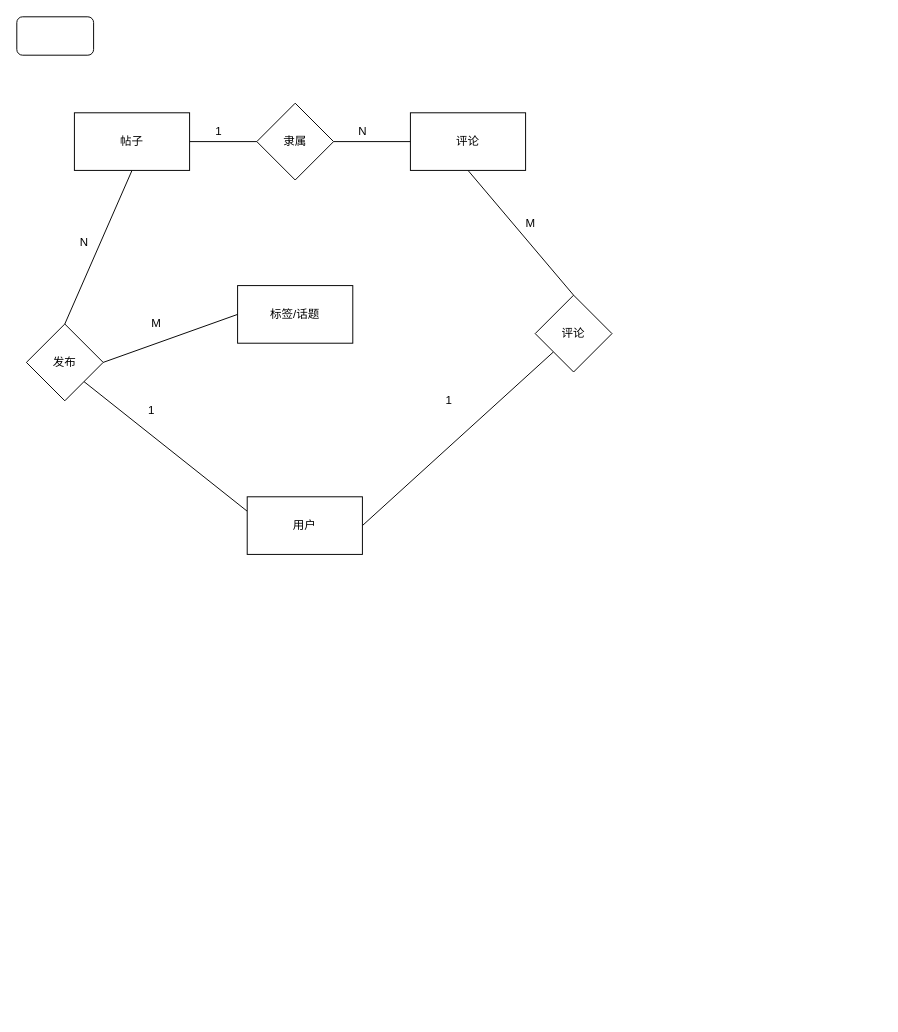
Before: 毕业论文/系统整体E-R图.drawio in lululuhui/flow-chart-warehouse, a draw.io diagram. Source tidied: cells renumbered, new cells numbered last; positions are measured from the earlier drawing's top-left corner, leaving out a move shared by most shapes. Both pictures are drawn from the tidied source at 96%, with x=0, y=0 at pixel (16, 16).
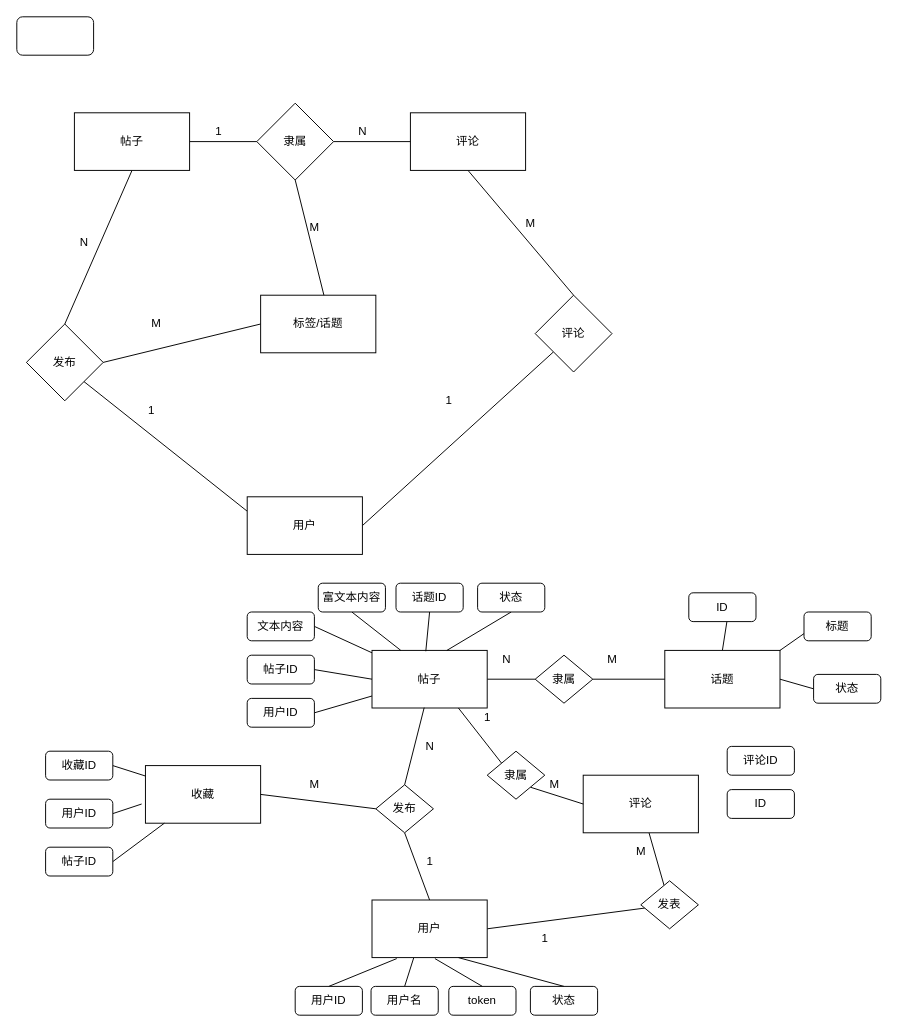
The same page after the edit.

Commit message (it also covers changes not shown here):
Update 系统整体E-R图.drawio

Unchanged cells that the change refers to:
```xml
<mxCell id="18" value="隶属" style="rhombus;whiteSpace=wrap;html=1;rounded=0;" parent="1" vertex="1">
  <mxGeometry x="250" y="90" width="80" height="80" as="geometry" />
</mxCell>
```

What changed in the source:
```diff
@@
+    <mxCell id="24" style="edgeStyle=none;rounded=0;jettySize=auto;html=1;exitX=0.5;exitY=1;exitDx=0;exitDy=0;entryX=0.552;entryY=0.022;entryDx=0;entryDy=0;entryPerimeter=0;endArrow=none;endFill=0;" parent="1" edge="1" source="18" target="22">
+      <mxGeometry relative="1" as="geometry" />
+    </mxCell>
@@
     <mxCell id="22" value="标签/话题" style="rounded=0;whiteSpace=wrap;html=1;" parent="1" vertex="1">
-      <mxGeometry x="230" y="280" width="120" height="60" as="geometry" />
+      <mxGeometry x="254" y="290" width="120" height="60" as="geometry" />
     </mxCell>
@@
+    <mxCell id="25" value="M" style="text;html=1;align=center;verticalAlign=middle;strokeColor=none;fillColor=none;" parent="1" vertex="1">
+      <mxGeometry x="295" y="210" width="30" height="20" as="geometry" />
+    </mxCell>
+    <mxCell id="26" style="edgeStyle=none;rounded=0;jettySize=auto;html=1;exitX=0.5;exitY=0;exitDx=0;exitDy=0;entryX=0.5;entryY=1;entryDx=0;entryDy=0;endArrow=none;endFill=0;" parent="1" edge="1" source="28" target="38">
+      <mxGeometry relative="1" as="geometry" />
+    </mxCell>
+    <mxCell id="27" style="edgeStyle=none;rounded=0;jettySize=auto;html=1;exitX=1;exitY=0.5;exitDx=0;exitDy=0;endArrow=none;endFill=0;" parent="1" edge="1" source="28" target="47">
+      <mxGeometry relative="1" as="geometry" />
+    </mxCell>
+    <mxCell id="28" value="用户" style="rounded=0;whiteSpace=wrap;html=1;" parent="1" vertex="1">
+      <mxGeometry x="370" y="920" width="120" height="60" as="geometry" />
+    </mxCell>
+    <mxCell id="29" style="edgeStyle=none;rounded=0;jettySize=auto;html=1;exitX=1;exitY=0.5;exitDx=0;exitDy=0;entryX=0;entryY=0.5;entryDx=0;entryDy=0;endArrow=none;endFill=0;" parent="1" edge="1" source="30" target="43">
+      <mxGeometry relative="1" as="geometry" />
+    </mxCell>
+    <mxCell id="30" value="帖子" style="rounded=0;whiteSpace=wrap;html=1;" parent="1" vertex="1">
+      <mxGeometry x="370" y="660" width="120" height="60" as="geometry" />
+    </mxCell>
+    <mxCell id="31" value="收藏" style="rounded=0;whiteSpace=wrap;html=1;" parent="1" vertex="1">
+      <mxGeometry x="134" y="780" width="120" height="60" as="geometry" />
+    </mxCell>
+    <mxCell id="32" style="edgeStyle=none;rounded=0;jettySize=auto;html=1;exitX=1;exitY=0.5;exitDx=0;exitDy=0;entryX=0;entryY=0.5;entryDx=0;entryDy=0;endArrow=none;endFill=0;" parent="1" edge="1" source="35" target="82">
+      <mxGeometry relative="1" as="geometry" />
+    </mxCell>
+    <mxCell id="33" style="edgeStyle=none;rounded=0;jettySize=auto;html=1;exitX=0.5;exitY=0;exitDx=0;exitDy=0;entryX=0.567;entryY=1.001;entryDx=0;entryDy=0;entryPerimeter=0;endArrow=none;endFill=0;" parent="1" edge="1" source="35" target="84">
+      <mxGeometry relative="1" as="geometry" />
+    </mxCell>
+    <mxCell id="34" style="edgeStyle=none;rounded=0;jettySize=auto;html=1;exitX=1;exitY=0;exitDx=0;exitDy=0;entryX=0;entryY=0.75;entryDx=0;entryDy=0;endArrow=none;endFill=0;" parent="1" edge="1" source="35" target="83">
+      <mxGeometry relative="1" as="geometry" />
+    </mxCell>
+    <mxCell id="35" value="话题" style="rounded=0;whiteSpace=wrap;html=1;" parent="1" vertex="1">
+      <mxGeometry x="675" y="660" width="120" height="60" as="geometry" />
+    </mxCell>
+    <mxCell id="36" style="edgeStyle=none;rounded=0;jettySize=auto;html=1;exitX=0.5;exitY=0;exitDx=0;exitDy=0;entryX=0.453;entryY=0.994;entryDx=0;entryDy=0;entryPerimeter=0;endArrow=none;endFill=0;" parent="1" edge="1" source="38" target="30">
+      <mxGeometry relative="1" as="geometry" />
+    </mxCell>
+    <mxCell id="37" style="edgeStyle=none;rounded=0;jettySize=auto;html=1;exitX=0;exitY=0.5;exitDx=0;exitDy=0;entryX=1;entryY=0.5;entryDx=0;entryDy=0;endArrow=none;endFill=0;" parent="1" edge="1" source="38" target="31">
+      <mxGeometry relative="1" as="geometry" />
+    </mxCell>
+    <mxCell id="38" value="发布" style="rhombus;whiteSpace=wrap;html=1;" parent="1" vertex="1">
+      <mxGeometry x="374" y="800" width="60" height="50" as="geometry" />
+    </mxCell>
+    <mxCell id="39" value="1" style="text;html=1;align=center;verticalAlign=middle;strokeColor=none;fillColor=none;" parent="1" vertex="1">
+      <mxGeometry x="420" y="870" width="20" height="20" as="geometry" />
+    </mxCell>
+    <mxCell id="40" value="N" style="text;html=1;align=center;verticalAlign=middle;strokeColor=none;fillColor=none;" parent="1" vertex="1">
+      <mxGeometry x="420" y="750" width="20" height="20" as="geometry" />
+    </mxCell>
+    <mxCell id="41" value="M" style="text;html=1;align=center;verticalAlign=middle;strokeColor=none;fillColor=none;" parent="1" vertex="1">
+      <mxGeometry x="295" y="790" width="30" height="20" as="geometry" />
+    </mxCell>
+    <mxCell id="42" style="edgeStyle=none;rounded=0;jettySize=auto;html=1;exitX=1;exitY=0.5;exitDx=0;exitDy=0;entryX=0;entryY=0.5;entryDx=0;entryDy=0;endArrow=none;endFill=0;" parent="1" edge="1" source="43" target="35">
+      <mxGeometry relative="1" as="geometry" />
+    </mxCell>
+    <mxCell id="43" value="隶属" style="rhombus;whiteSpace=wrap;html=1;" parent="1" vertex="1">
+      <mxGeometry x="540" y="665" width="60" height="50" as="geometry" />
+    </mxCell>
+    <mxCell id="44" value="N" style="text;html=1;align=center;verticalAlign=middle;strokeColor=none;fillColor=none;" parent="1" vertex="1">
+      <mxGeometry x="500" y="660" width="20" height="20" as="geometry" />
+    </mxCell>
+    <mxCell id="45" value="M" style="text;html=1;align=center;verticalAlign=middle;strokeColor=none;fillColor=none;" parent="1" vertex="1">
+      <mxGeometry x="605" y="660" width="30" height="20" as="geometry" />
+    </mxCell>
+    <mxCell id="46" style="edgeStyle=none;rounded=0;jettySize=auto;html=1;endArrow=none;endFill=0;" parent="1" edge="1" source="47" target="48">
+      <mxGeometry relative="1" as="geometry" />
+    </mxCell>
+    <mxCell id="47" value="发表" style="rhombus;whiteSpace=wrap;html=1;" parent="1" vertex="1">
+      <mxGeometry x="650" y="900" width="60" height="50" as="geometry" />
+    </mxCell>
+    <mxCell id="48" value="评论" style="rounded=0;whiteSpace=wrap;html=1;" parent="1" vertex="1">
+      <mxGeometry x="590" y="790" width="120" height="60" as="geometry" />
+    </mxCell>
+    <mxCell id="49" value="1" style="text;html=1;align=center;verticalAlign=middle;strokeColor=none;fillColor=none;" parent="1" vertex="1">
+      <mxGeometry x="540" y="950" width="20" height="20" as="geometry" />
+    </mxCell>
+    <mxCell id="50" value="M" style="text;html=1;align=center;verticalAlign=middle;strokeColor=none;fillColor=none;" parent="1" vertex="1">
+      <mxGeometry x="635" y="860" width="30" height="20" as="geometry" />
+    </mxCell>
+    <mxCell id="51" style="edgeStyle=none;rounded=0;jettySize=auto;html=1;exitX=1;exitY=1;exitDx=0;exitDy=0;entryX=0;entryY=0.5;entryDx=0;entryDy=0;endArrow=none;endFill=0;" parent="1" edge="1" source="53" target="48">
+      <mxGeometry relative="1" as="geometry" />
+    </mxCell>
+    <mxCell id="52" style="edgeStyle=none;rounded=0;jettySize=auto;html=1;exitX=0;exitY=0;exitDx=0;exitDy=0;entryX=0.75;entryY=1;entryDx=0;entryDy=0;endArrow=none;endFill=0;" parent="1" edge="1" source="53" target="30">
+      <mxGeometry relative="1" as="geometry" />
+    </mxCell>
+    <mxCell id="53" value="隶属" style="rhombus;whiteSpace=wrap;html=1;" parent="1" vertex="1">
+      <mxGeometry x="490" y="765" width="60" height="50" as="geometry" />
+    </mxCell>
+    <mxCell id="54" value="1" style="text;html=1;align=center;verticalAlign=middle;strokeColor=none;fillColor=none;" parent="1" vertex="1">
+      <mxGeometry x="480" y="720" width="20" height="20" as="geometry" />
+    </mxCell>
+    <mxCell id="55" value="M" style="text;html=1;align=center;verticalAlign=middle;strokeColor=none;fillColor=none;" parent="1" vertex="1">
+      <mxGeometry x="545" y="790" width="30" height="20" as="geometry" />
+    </mxCell>
+    <mxCell id="56" style="edgeStyle=none;rounded=0;jettySize=auto;html=1;exitX=0.5;exitY=0;exitDx=0;exitDy=0;entryX=0.215;entryY=1.017;entryDx=0;entryDy=0;entryPerimeter=0;endArrow=none;endFill=0;" parent="1" edge="1" source="57" target="28">
+      <mxGeometry relative="1" as="geometry" />
+    </mxCell>
+    <mxCell id="57" value="用户ID" style="rounded=1;whiteSpace=wrap;html=1;" parent="1" vertex="1">
+      <mxGeometry x="290" y="1010" width="70" height="30" as="geometry" />
+    </mxCell>
+    <mxCell id="58" style="edgeStyle=none;rounded=0;jettySize=auto;html=1;exitX=0.5;exitY=0;exitDx=0;exitDy=0;entryX=0.362;entryY=1.005;entryDx=0;entryDy=0;entryPerimeter=0;endArrow=none;endFill=0;" parent="1" edge="1" source="59" target="28">
+      <mxGeometry relative="1" as="geometry" />
+    </mxCell>
+    <mxCell id="59" value="用户名" style="rounded=1;whiteSpace=wrap;html=1;" parent="1" vertex="1">
+      <mxGeometry x="369" y="1010" width="70" height="30" as="geometry" />
+    </mxCell>
+    <mxCell id="60" style="edgeStyle=none;rounded=0;jettySize=auto;html=1;exitX=0.5;exitY=0;exitDx=0;exitDy=0;entryX=0.546;entryY=1.017;entryDx=0;entryDy=0;entryPerimeter=0;endArrow=none;endFill=0;" parent="1" edge="1" source="61" target="28">
+      <mxGeometry relative="1" as="geometry" />
+    </mxCell>
+    <mxCell id="61" value="token" style="rounded=1;whiteSpace=wrap;html=1;" parent="1" vertex="1">
+      <mxGeometry x="450" y="1010" width="70" height="30" as="geometry" />
+    </mxCell>
+    <mxCell id="62" style="edgeStyle=none;rounded=0;jettySize=auto;html=1;exitX=0.5;exitY=0;exitDx=0;exitDy=0;entryX=0.75;entryY=1;entryDx=0;entryDy=0;endArrow=none;endFill=0;" parent="1" edge="1" source="63" target="28">
+      <mxGeometry relative="1" as="geometry" />
+    </mxCell>
+    <mxCell id="63" value="状态" style="rounded=1;whiteSpace=wrap;html=1;" parent="1" vertex="1">
+      <mxGeometry x="535" y="1010" width="70" height="30" as="geometry" />
+    </mxCell>
+    <mxCell id="64" style="edgeStyle=none;rounded=0;jettySize=auto;html=1;exitX=1;exitY=0.5;exitDx=0;exitDy=0;endArrow=none;endFill=0;" parent="1" edge="1" source="65" target="31">
+      <mxGeometry relative="1" as="geometry" />
+    </mxCell>
+    <mxCell id="65" value="帖子ID" style="rounded=1;whiteSpace=wrap;html=1;" parent="1" vertex="1">
+      <mxGeometry x="30" y="865" width="70" height="30" as="geometry" />
+    </mxCell>
+    <mxCell id="66" style="edgeStyle=none;rounded=0;jettySize=auto;html=1;exitX=1;exitY=0.5;exitDx=0;exitDy=0;entryX=-0.033;entryY=0.667;entryDx=0;entryDy=0;entryPerimeter=0;endArrow=none;endFill=0;" parent="1" edge="1" source="67" target="31">
+      <mxGeometry relative="1" as="geometry" />
+    </mxCell>
+    <mxCell id="67" value="用户ID" style="rounded=1;whiteSpace=wrap;html=1;" parent="1" vertex="1">
+      <mxGeometry x="30" y="815" width="70" height="30" as="geometry" />
+    </mxCell>
+    <mxCell id="68" style="edgeStyle=none;rounded=0;jettySize=auto;html=1;exitX=1;exitY=0.5;exitDx=0;exitDy=0;endArrow=none;endFill=0;" parent="1" edge="1" source="69" target="31">
+      <mxGeometry relative="1" as="geometry" />
+    </mxCell>
+    <mxCell id="69" value="收藏ID" style="rounded=1;whiteSpace=wrap;html=1;" parent="1" vertex="1">
+      <mxGeometry x="30" y="765" width="70" height="30" as="geometry" />
+    </mxCell>
+    <mxCell id="70" style="edgeStyle=none;rounded=0;jettySize=auto;html=1;exitX=1;exitY=0.5;exitDx=0;exitDy=0;endArrow=none;endFill=0;" parent="1" edge="1" source="71" target="30">
+      <mxGeometry relative="1" as="geometry" />
+    </mxCell>
+    <mxCell id="71" value="用户ID" style="rounded=1;whiteSpace=wrap;html=1;" parent="1" vertex="1">
+      <mxGeometry x="240" y="710" width="70" height="30" as="geometry" />
+    </mxCell>
+    <mxCell id="72" style="edgeStyle=none;rounded=0;jettySize=auto;html=1;exitX=1;exitY=0.5;exitDx=0;exitDy=0;entryX=0;entryY=0.5;entryDx=0;entryDy=0;endArrow=none;endFill=0;" parent="1" edge="1" source="73" target="30">
+      <mxGeometry relative="1" as="geometry" />
+    </mxCell>
+    <mxCell id="73" value="帖子ID" style="rounded=1;whiteSpace=wrap;html=1;" parent="1" vertex="1">
+      <mxGeometry x="240" y="665" width="70" height="30" as="geometry" />
+    </mxCell>
+    <mxCell id="74" style="edgeStyle=none;rounded=0;jettySize=auto;html=1;exitX=1;exitY=0.5;exitDx=0;exitDy=0;endArrow=none;endFill=0;" parent="1" edge="1" source="75" target="30">
+      <mxGeometry relative="1" as="geometry" />
+    </mxCell>
+    <mxCell id="75" value="文本内容" style="rounded=1;whiteSpace=wrap;html=1;" parent="1" vertex="1">
+      <mxGeometry x="240" y="620" width="70" height="30" as="geometry" />
+    </mxCell>
+    <mxCell id="76" style="edgeStyle=none;rounded=0;jettySize=auto;html=1;exitX=0.5;exitY=1;exitDx=0;exitDy=0;entryX=0.25;entryY=0;entryDx=0;entryDy=0;endArrow=none;endFill=0;" parent="1" edge="1" source="77" target="30">
+      <mxGeometry relative="1" as="geometry" />
+    </mxCell>
+    <mxCell id="77" value="富文本内容" style="rounded=1;whiteSpace=wrap;html=1;" parent="1" vertex="1">
+      <mxGeometry x="314" y="590" width="70" height="30" as="geometry" />
+    </mxCell>
+    <mxCell id="78" style="edgeStyle=none;rounded=0;jettySize=auto;html=1;exitX=0.5;exitY=1;exitDx=0;exitDy=0;entryX=0.467;entryY=0.015;entryDx=0;entryDy=0;entryPerimeter=0;endArrow=none;endFill=0;" parent="1" edge="1" source="79" target="30">
+      <mxGeometry relative="1" as="geometry" />
+    </mxCell>
+    <mxCell id="79" value="话题ID" style="rounded=1;whiteSpace=wrap;html=1;" parent="1" vertex="1">
+      <mxGeometry x="395" y="590" width="70" height="30" as="geometry" />
+    </mxCell>
+    <mxCell id="80" style="edgeStyle=none;rounded=0;jettySize=auto;html=1;exitX=0.5;exitY=1;exitDx=0;exitDy=0;endArrow=none;endFill=0;" parent="1" edge="1" source="81">
+      <mxGeometry relative="1" as="geometry">
+        <mxPoint x="448" y="660" as="targetPoint" />
+      </mxGeometry>
+    </mxCell>
+    <mxCell id="81" value="状态" style="rounded=1;whiteSpace=wrap;html=1;" parent="1" vertex="1">
+      <mxGeometry x="480" y="590" width="70" height="30" as="geometry" />
+    </mxCell>
+    <mxCell id="82" value="状态" style="rounded=1;whiteSpace=wrap;html=1;" parent="1" vertex="1">
+      <mxGeometry x="830" y="685" width="70" height="30" as="geometry" />
+    </mxCell>
+    <mxCell id="83" value="标题" style="rounded=1;whiteSpace=wrap;html=1;" parent="1" vertex="1">
+      <mxGeometry x="820" y="620" width="70" height="30" as="geometry" />
+    </mxCell>
+    <mxCell id="84" value="ID" style="rounded=1;whiteSpace=wrap;html=1;" parent="1" vertex="1">
+      <mxGeometry x="700" y="600" width="70" height="30" as="geometry" />
+    </mxCell>
+    <mxCell id="85" value="评论ID" style="rounded=1;whiteSpace=wrap;html=1;" parent="1" vertex="1">
+      <mxGeometry x="740" y="760" width="70" height="30" as="geometry" />
+    </mxCell>
+    <mxCell id="86" value="ID" style="rounded=1;whiteSpace=wrap;html=1;" parent="1" vertex="1">
+      <mxGeometry x="740" y="805" width="70" height="30" as="geometry" />
+    </mxCell>
```
